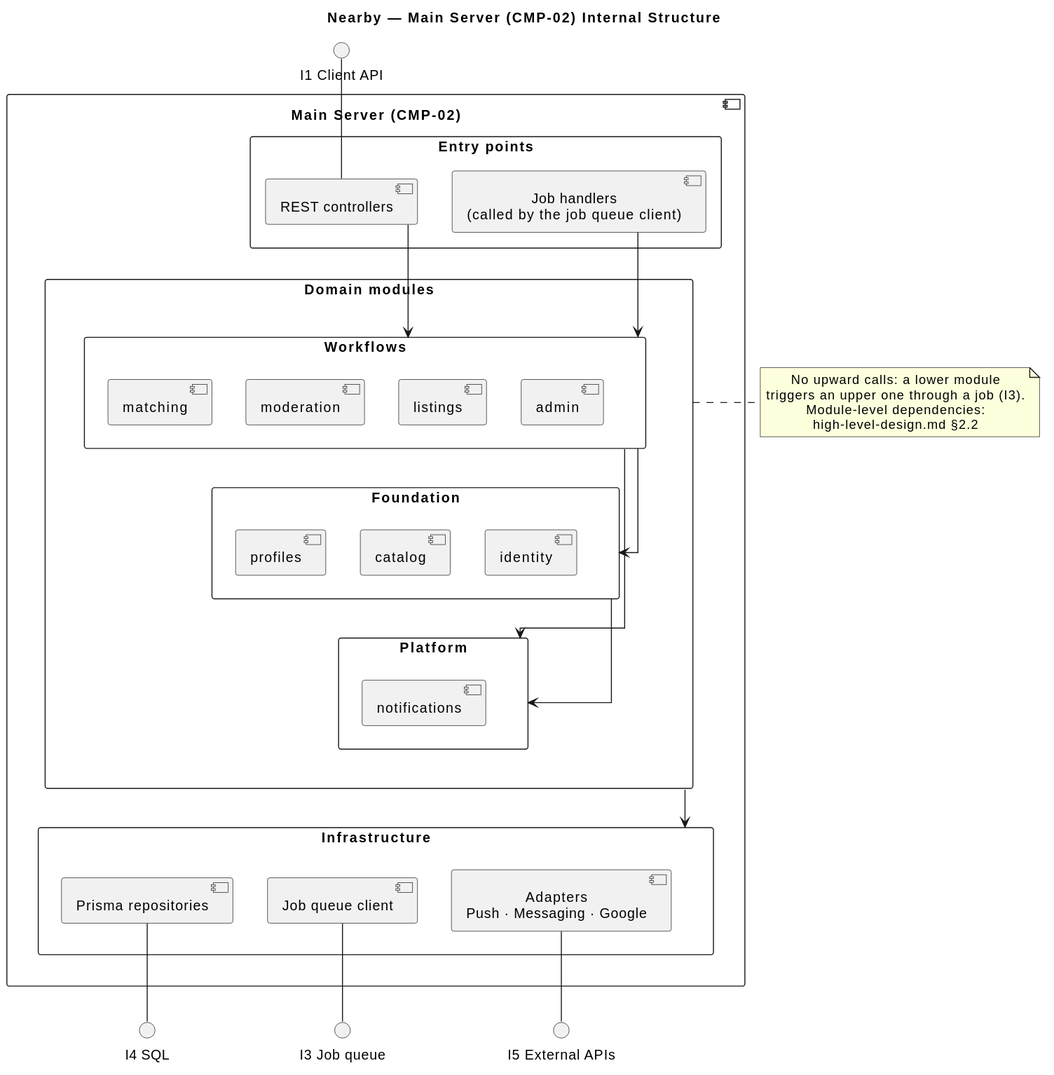
The PlantUML diagram docs/architecture/uml/rendered/main-server-components.svg in ukma-fin-ssdm-2026/pun-intended-team, before a commit. Source of this version:
```plantuml
@startuml
title Nearby — Main Server (CMP-02) Internal Structure

skinparam componentStyle uml2
skinparam shadowing false
skinparam defaultTextAlignment center
skinparam linetype ortho
skinparam packageStyle rectangle

() "I1 Client API" as I1

component "Main Server (CMP-02)" {

  package "Entry points" as L1 {
    [REST controllers] as REST
    [Job handlers\n(called by the job queue client)] as JOBS
  }

  package "Domain modules" as L2 {
    package "Workflows" as T1 {
      [matching] as MA
      [moderation] as MO
      [listings] as LI
      [admin] as AD
    }
    package "Foundation" as T2 {
      [profiles] as PR
      [catalog] as CA
      [identity] as ID
    }
    package "Platform" as T3 {
      [notifications] as NO
    }
  }

  package "Infrastructure" as L3 {
    [Prisma repositories] as REPO
    [Job queue client] as QUEUE
    [Adapters\nPush · Messaging · Google] as ADP
  }
}

() "I4 SQL" as I4
() "I3 Job queue" as I3
() "I5 External APIs" as I5

I1 -down- REST
REST -down-> T1
JOBS -down-> T1

T1 -down-> T2
T2 -down-> T3
T1 -down-> T3

L2 -down-> L3

MA -[hidden]right- MO
MO -[hidden]right- LI
LI -[hidden]right- AD
PR -[hidden]right- CA
CA -[hidden]right- ID
REPO -[hidden]right- QUEUE
QUEUE -[hidden]right- ADP
REST -[hidden]down- MO
MO -[hidden]down- PR
PR -[hidden]down- NO
NO -[hidden]down- QUEUE
REPO -down- I4
QUEUE -down- I3
ADP -down- I5

note right of L2
  No upward calls: a lower module
  triggers an upper one through a job (I3).
  Module-level dependencies:
  high-level-design.md §2.2
end note
@enduml
```
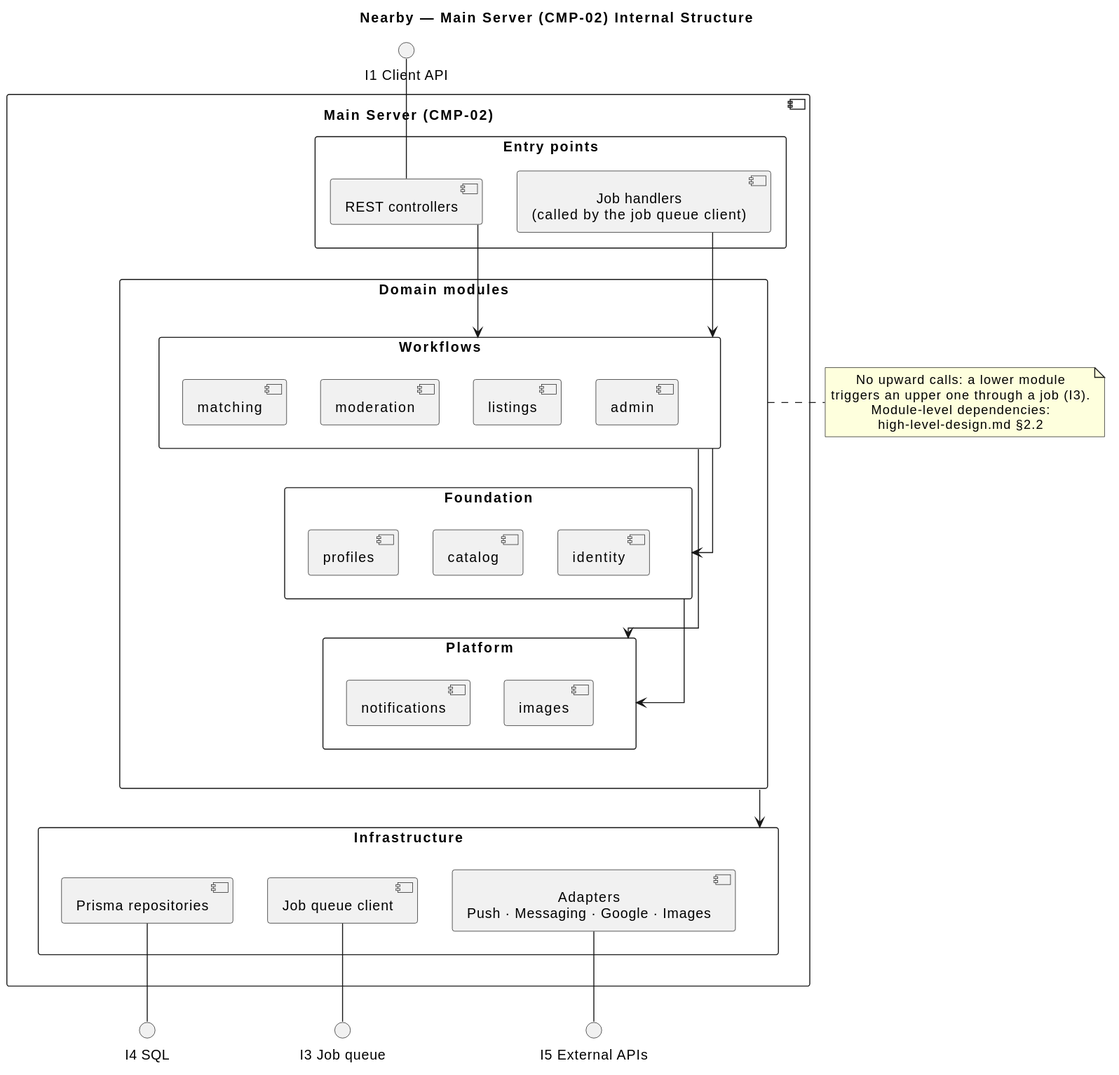
The same file after the commit.

What changed in the source:
```diff
@@ -30,13 +30,14 @@
     }
     package "Platform" as T3 {
       [notifications] as NO
+      [images] as IM
     }
   }
 
   package "Infrastructure" as L3 {
     [Prisma repositories] as REPO
     [Job queue client] as QUEUE
-    [Adapters\nPush · Messaging · Google] as ADP
+    [Adapters\nPush · Messaging · Google · Images] as ADP
   }
 }
 
```
